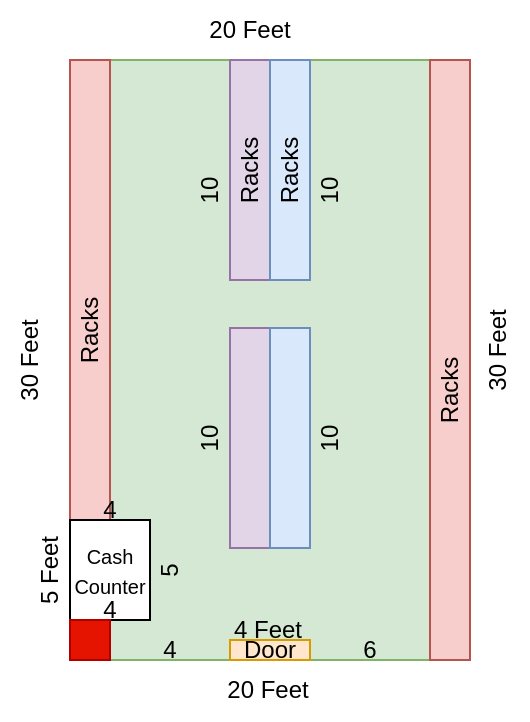
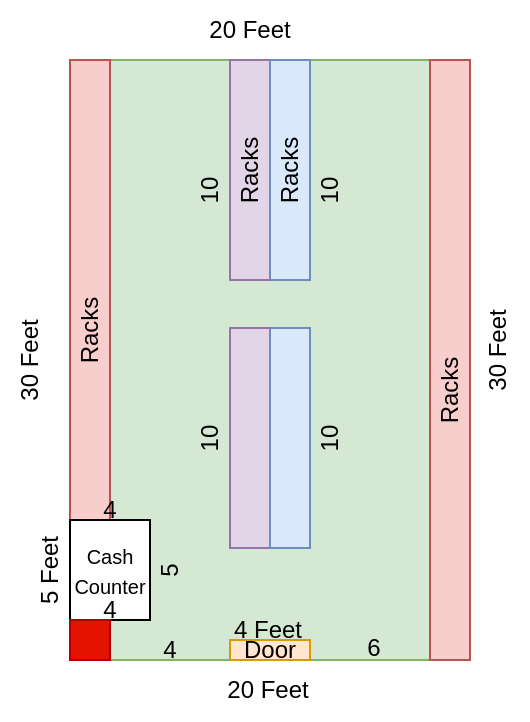
<mxfile host="app.diagrams.net">
  <diagram name="Page-1" id="zG6hiOXuOmAUIq7qCYwK">
    <mxGraphModel dx="651" dy="364" grid="1" gridSize="10" guides="1" tooltips="1" connect="1" arrows="1" fold="1" page="1" pageScale="1" pageWidth="827" pageHeight="1169" math="0" shadow="0">
      <root>
        <mxCell id="0" />
        <mxCell id="1" parent="0" />
        <mxCell id="E7O0KfWV2V88D2bBGpZ0-1" parent="1" style="whiteSpace=wrap;html=1;fillColor=#d5e8d4;strokeColor=#82b366;" value="" vertex="1">
          <mxGeometry height="300" width="200" x="230" y="170" as="geometry" />
        </mxCell>
        <mxCell id="E7O0KfWV2V88D2bBGpZ0-2" parent="1" style="whiteSpace=wrap;html=1;fillColor=#f8cecc;strokeColor=#b85450;" value="" vertex="1">
          <mxGeometry height="230" width="20" x="230" y="170" as="geometry" />
        </mxCell>
        <mxCell id="E7O0KfWV2V88D2bBGpZ0-3" parent="1" style="whiteSpace=wrap;html=1;fillColor=#f8cecc;strokeColor=#b85450;" value="" vertex="1">
          <mxGeometry height="300" width="20" x="410" y="170" as="geometry" />
        </mxCell>
        <mxCell id="E7O0KfWV2V88D2bBGpZ0-4" parent="1" style="whiteSpace=wrap;html=1;fillColor=#e1d5e7;strokeColor=#9673a6;" value="" vertex="1">
          <mxGeometry height="110" width="20" x="310" y="170" as="geometry" />
        </mxCell>
        <mxCell id="E7O0KfWV2V88D2bBGpZ0-5" parent="1" style="whiteSpace=wrap;html=1;fillColor=#dae8fc;strokeColor=#6c8ebf;" value="" vertex="1">
          <mxGeometry height="110" width="20" x="330" y="170" as="geometry" />
        </mxCell>
        <mxCell id="E7O0KfWV2V88D2bBGpZ0-6" parent="1" style="whiteSpace=wrap;html=1;" value="&lt;font style=&quot;font-size: 10px;&quot;&gt;Cash&lt;/font&gt;&lt;div&gt;&lt;font style=&quot;font-size: 10px;&quot;&gt;Counter&lt;/font&gt;&lt;/div&gt;" vertex="1">
          <mxGeometry height="50" width="40" x="230" y="400" as="geometry" />
        </mxCell>
        <mxCell id="E7O0KfWV2V88D2bBGpZ0-7" parent="1" style="text;html=1;whiteSpace=wrap;strokeColor=none;fillColor=none;align=center;verticalAlign=middle;rounded=0;rotation=270;" value="Racks" vertex="1">
          <mxGeometry height="30" width="60" x="310" y="210" as="geometry" />
        </mxCell>
        <mxCell id="E7O0KfWV2V88D2bBGpZ0-8" parent="1" style="text;html=1;whiteSpace=wrap;strokeColor=none;fillColor=none;align=center;verticalAlign=middle;rounded=0;rotation=270;" value="Racks" vertex="1">
          <mxGeometry height="30" width="60" x="390" y="320" as="geometry" />
        </mxCell>
        <mxCell id="E7O0KfWV2V88D2bBGpZ0-9" parent="1" style="text;html=1;whiteSpace=wrap;strokeColor=none;fillColor=none;align=center;verticalAlign=middle;rounded=0;rotation=270;" value="Racks" vertex="1">
          <mxGeometry height="30" width="60" x="290" y="210" as="geometry" />
        </mxCell>
        <mxCell id="E7O0KfWV2V88D2bBGpZ0-10" parent="1" style="text;html=1;whiteSpace=wrap;strokeColor=none;fillColor=none;align=center;verticalAlign=middle;rounded=0;rotation=270;" value="Racks" vertex="1">
          <mxGeometry height="30" width="60" x="210" y="290" as="geometry" />
        </mxCell>
        <mxCell id="E7O0KfWV2V88D2bBGpZ0-11" parent="1" style="text;html=1;whiteSpace=wrap;strokeColor=#d79b00;fillColor=#ffe6cc;align=center;verticalAlign=middle;rounded=0;" value="Door" vertex="1">
          <mxGeometry height="10" width="40" x="310" y="460" as="geometry" />
        </mxCell>
        <mxCell id="E7O0KfWV2V88D2bBGpZ0-12" parent="1" style="text;html=1;whiteSpace=wrap;strokeColor=none;fillColor=none;align=center;verticalAlign=middle;rounded=0;" value="20 Feet" vertex="1">
          <mxGeometry height="30" width="60" x="299" y="470" as="geometry" />
        </mxCell>
        <mxCell id="E7O0KfWV2V88D2bBGpZ0-13" parent="1" style="text;html=1;whiteSpace=wrap;strokeColor=none;fillColor=none;align=center;verticalAlign=middle;rounded=0;" value="20 Feet" vertex="1">
          <mxGeometry height="30" width="60" x="290" y="140" as="geometry" />
        </mxCell>
        <mxCell id="E7O0KfWV2V88D2bBGpZ0-14" parent="1" style="text;html=1;whiteSpace=wrap;strokeColor=none;fillColor=none;align=center;verticalAlign=middle;rounded=0;rotation=270;" value="30 Feet" vertex="1">
          <mxGeometry height="30" width="60" x="414" y="300" as="geometry" />
        </mxCell>
        <mxCell id="E7O0KfWV2V88D2bBGpZ0-15" parent="1" style="text;html=1;whiteSpace=wrap;strokeColor=none;fillColor=none;align=center;verticalAlign=middle;rounded=0;rotation=270;" value="30 Feet" vertex="1">
          <mxGeometry height="30" width="60" x="180" y="305" as="geometry" />
        </mxCell>
        <mxCell id="E7O0KfWV2V88D2bBGpZ0-18" parent="1" style="whiteSpace=wrap;html=1;fillColor=#e1d5e7;strokeColor=#9673a6;" value="" vertex="1">
          <mxGeometry height="110" width="20" x="310" y="304" as="geometry" />
        </mxCell>
        <mxCell id="E7O0KfWV2V88D2bBGpZ0-20" parent="1" style="whiteSpace=wrap;html=1;fillColor=#dae8fc;strokeColor=#6c8ebf;" value="" vertex="1">
          <mxGeometry height="110" width="20" x="330" y="304" as="geometry" />
        </mxCell>
        <mxCell id="E7O0KfWV2V88D2bBGpZ0-21" parent="1" style="text;html=1;whiteSpace=wrap;strokeColor=none;fillColor=none;align=center;verticalAlign=middle;rounded=0;" value="4 Feet" vertex="1">
          <mxGeometry height="10" width="50" x="304" y="450" as="geometry" />
        </mxCell>
        <mxCell id="E7O0KfWV2V88D2bBGpZ0-22" parent="1" style="whiteSpace=wrap;html=1;aspect=fixed;fillColor=#e51400;fontColor=#ffffff;strokeColor=#B20000;" value="" vertex="1">
          <mxGeometry height="20" width="20" x="230" y="450" as="geometry" />
        </mxCell>
        <mxCell id="E7O0KfWV2V88D2bBGpZ0-25" parent="1" style="text;html=1;whiteSpace=wrap;strokeColor=none;fillColor=none;align=center;verticalAlign=middle;rounded=0;rotation=270;" value="5 Feet" vertex="1">
          <mxGeometry height="10" width="40" x="200" y="420" as="geometry" />
        </mxCell>
        <mxCell id="E7O0KfWV2V88D2bBGpZ0-26" parent="1" style="text;html=1;whiteSpace=wrap;strokeColor=none;fillColor=none;align=center;verticalAlign=middle;rounded=0;" value="4" vertex="1">
          <mxGeometry height="10" width="20" x="240" y="440" as="geometry" />
        </mxCell>
        <mxCell id="E7O0KfWV2V88D2bBGpZ0-27" parent="1" style="text;html=1;whiteSpace=wrap;strokeColor=none;fillColor=none;align=center;verticalAlign=middle;rounded=0;" value="4" vertex="1">
          <mxGeometry height="10" width="20" x="240" y="390" as="geometry" />
        </mxCell>
        <mxCell id="E7O0KfWV2V88D2bBGpZ0-28" parent="1" style="text;html=1;whiteSpace=wrap;strokeColor=none;fillColor=none;align=center;verticalAlign=middle;rounded=0;rotation=270;" value="5" vertex="1">
          <mxGeometry height="10" width="20" x="270" y="420" as="geometry" />
        </mxCell>
        <mxCell id="E7O0KfWV2V88D2bBGpZ0-29" parent="1" style="text;html=1;whiteSpace=wrap;strokeColor=none;fillColor=none;align=center;verticalAlign=middle;rounded=0;rotation=270;" value="10" vertex="1">
          <mxGeometry height="10" width="20" x="290" y="230" as="geometry" />
        </mxCell>
        <mxCell id="E7O0KfWV2V88D2bBGpZ0-30" parent="1" style="text;html=1;whiteSpace=wrap;strokeColor=none;fillColor=none;align=center;verticalAlign=middle;rounded=0;rotation=270;" value="10" vertex="1">
          <mxGeometry height="10" width="20" x="350" y="230" as="geometry" />
        </mxCell>
        <mxCell id="E7O0KfWV2V88D2bBGpZ0-31" parent="1" style="text;html=1;whiteSpace=wrap;strokeColor=none;fillColor=none;align=center;verticalAlign=middle;rounded=0;rotation=270;" value="10" vertex="1">
          <mxGeometry height="10" width="20" x="290" y="354" as="geometry" />
        </mxCell>
        <mxCell id="E7O0KfWV2V88D2bBGpZ0-32" parent="1" style="text;html=1;whiteSpace=wrap;strokeColor=none;fillColor=none;align=center;verticalAlign=middle;rounded=0;rotation=270;" value="10" vertex="1">
          <mxGeometry height="10" width="20" x="350" y="354" as="geometry" />
        </mxCell>
        <mxCell id="E7O0KfWV2V88D2bBGpZ0-34" parent="1" style="text;html=1;whiteSpace=wrap;strokeColor=none;fillColor=none;align=center;verticalAlign=middle;rounded=0;" value="4" vertex="1">
          <mxGeometry height="10" width="20" x="270" y="460" as="geometry" />
        </mxCell>
        <mxCell id="E7O0KfWV2V88D2bBGpZ0-35" parent="1" style="text;html=1;whiteSpace=wrap;strokeColor=none;fillColor=none;align=center;verticalAlign=middle;rounded=0;" value="6" vertex="1">
-           <mxGeometry height="10" width="20" x="370" y="460" as="geometry" />
+           <mxGeometry height="10" width="20" x="372" y="459" as="geometry" />
        </mxCell>
      </root>
    </mxGraphModel>
  </diagram>
</mxfile>
